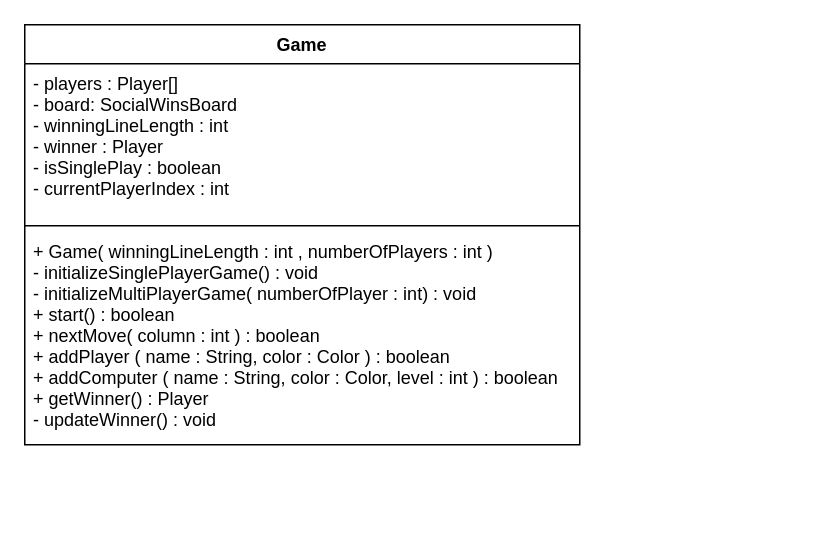
Above: Documents/Class Diagramm/class-diagramm.drawio in YvesBraendli/SocialWins_PM2 (draw.io), before the change. Source tidied: cells renumbered, new cells numbered last; positions are measured from the earlier drawing's top-left corner, leaving out a move shared by most shapes. Both pictures are drawn from the tidied source at 150%, with x=0, y=0 at pixel (24, 24).
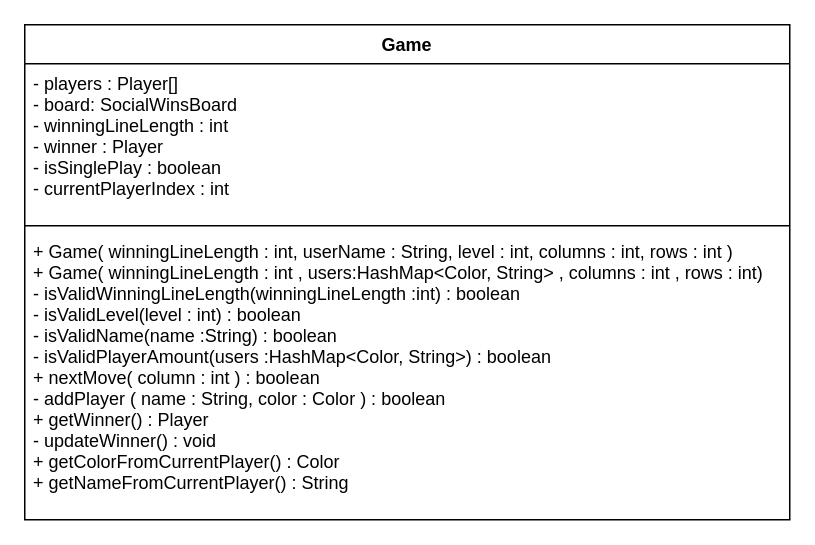
The same page after the edit.

Commit message (it also covers changes not shown here):
updaet class diagramm

Diff of the diagram source:
```diff
@@
 <mxGraphModel>
   <root>
     <mxCell id="0" />
     <mxCell id="1" parent="0" />
     <mxCell id="2" value="Game&#10;" style="swimlane;fontStyle=1;align=center;verticalAlign=top;horizontal=1;startSize=26;" parent="1" vertex="1">
-      <mxGeometry width="370" height="280" as="geometry" />
+      <mxGeometry width="510" height="330" as="geometry" />
     </mxCell>
     <mxCell id="3" value="- players : Player[]&#10;- board: SocialWinsBoard&#10;- winningLineLength : int&#10;- winner : Player&#10;- isSinglePlay : boolean&#10;- currentPlayerIndex : int" style="text;strokeColor=none;fillColor=none;align=left;verticalAlign=top;spacingLeft=4;spacingRight=4;overflow=hidden;" parent="2" vertex="1">
-      <mxGeometry y="26" width="370" height="104" as="geometry" />
+      <mxGeometry y="26" width="510" height="104" as="geometry" />
     </mxCell>
-    <mxCell id="4" style="line;strokeWidth=1;fillColor=none;align=left;verticalAlign=middle;spacingTop=-1;spacingLeft=3;spacingRight=3;labelPosition=right;" parent="2" vertex="1">
-      <mxGeometry y="130" width="370" height="8" as="geometry" />
-    </mxCell>
-    <mxCell id="5" value="+ Game( winningLineLength : int , numberOfPlayers : int )&#10;- initializeSinglePlayerGame() : void&#10;- initializeMultiPlayerGame( numberOfPlayer : int) : void&#10;+ start() : boolean&#10;+ nextMove( column : int ) : boolean&#10;+ addPlayer ( name : String, color : Color ) : boolean&#10;+ addComputer ( name : String, color : Color, level : int ) : boolean&#10;+ getWinner() : Player&#10;- updateWinner() : void&#10;" style="text;strokeColor=none;fillColor=none;align=left;verticalAlign=top;spacingLeft=4;spacingRight=4;overflow=hidden;" parent="2" vertex="1">
-      <mxGeometry y="138" width="370" height="142" as="geometry" />
-    </mxCell>
+    <mxCell id="6" style="line;strokeWidth=1;fillColor=none;align=left;verticalAlign=middle;spacingTop=-1;spacingLeft=3;spacingRight=3;labelPosition=right;" parent="2" vertex="1">
+      <mxGeometry y="130" width="510" height="8" as="geometry" />
+    </mxCell>
+    <mxCell id="7" value="+ Game( winningLineLength : int, userName : String, level : int, columns : int, rows : int )&#10;+ Game( winningLineLength : int , users:HashMap&lt;Color, String&gt; , columns : int , rows : int) &#10;- isValidWinningLineLength(winningLineLength :int) : boolean&#10;- isValidLevel(level : int) : boolean&#10;- isValidName(name :String) : boolean&#10;- isValidPlayerAmount(users :HashMap&lt;Color, String&gt;) : boolean&#10;+ nextMove( column : int ) : boolean&#10;- addPlayer ( name : String, color : Color ) : boolean&#10;+ getWinner() : Player&#10;- updateWinner() : void&#10;+ getColorFromCurrentPlayer() : Color&#10;+ getNameFromCurrentPlayer() : String" style="text;strokeColor=none;fillColor=none;align=left;verticalAlign=top;spacingLeft=4;spacingRight=4;overflow=hidden;" parent="2" vertex="1">
+      <mxGeometry y="138" width="510" height="192" as="geometry" />
+    </mxCell>
   </root>
 </mxGraphModel>
```
